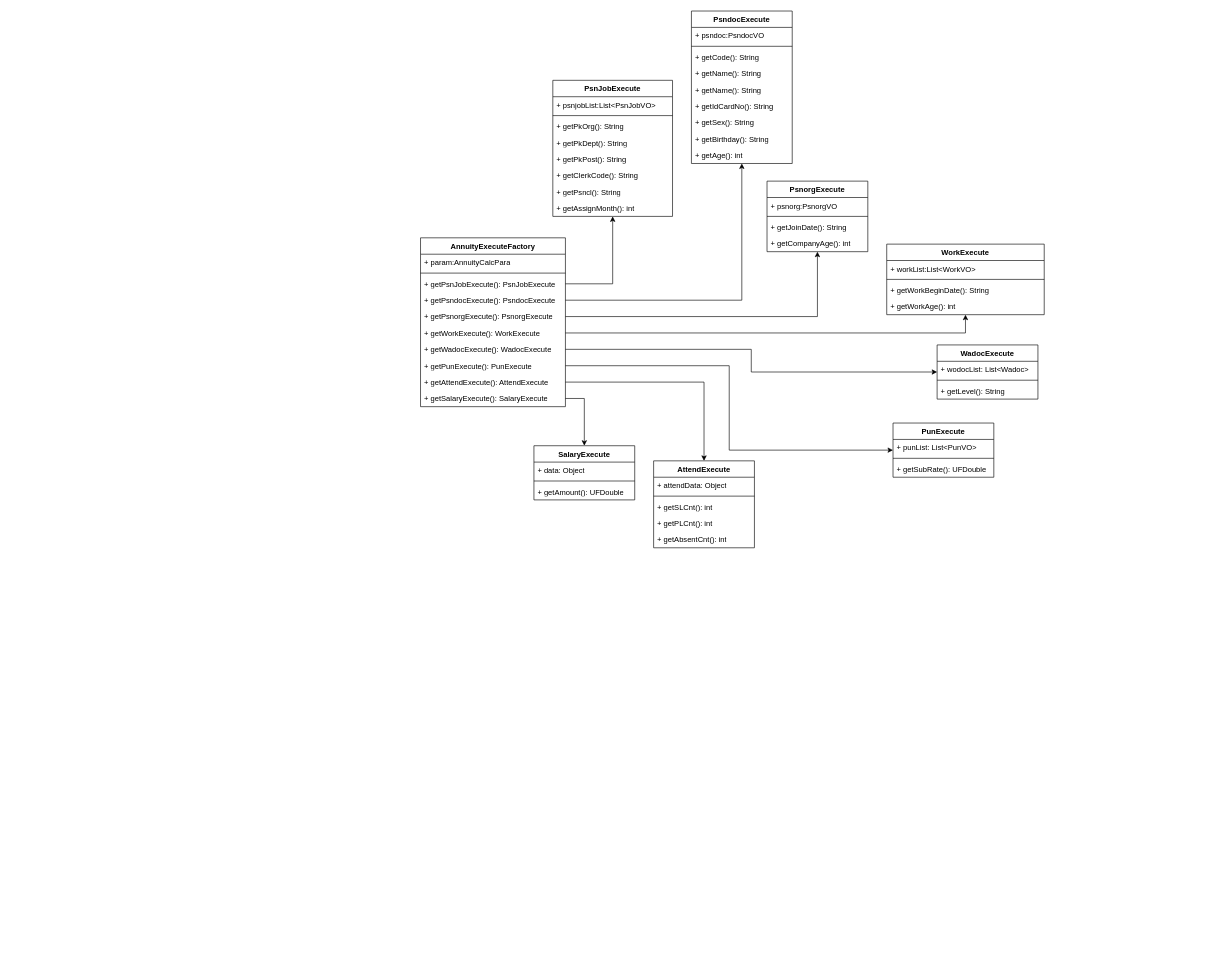
The draw.io diagram 年金分配.drawio in awinj/draw-fold, before the edit. Source tidied: cells renumbered, new cells numbered last; positions are measured from the earlier drawing's top-left corner, leaving out a move shared by most shapes. Both pictures are drawn from the tidied source at 63%, with x=0, y=0 at pixel (420, 11).
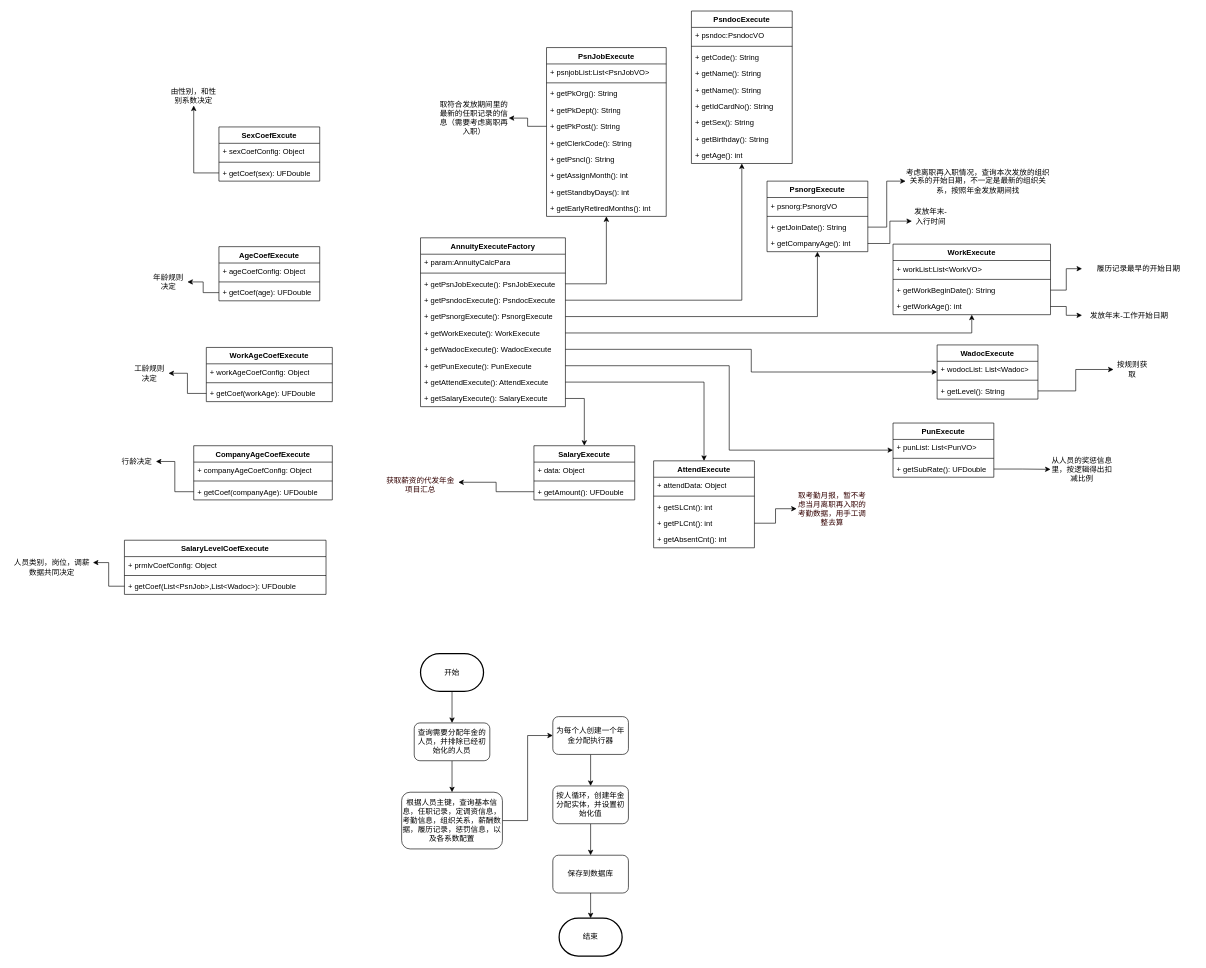
After the change.

Commit message:
更新年金分配.drawio

Unchanged cells that the change refers to:
```xml
<mxCell id="18" value="+ getPkPost(): String" style="text;strokeColor=none;fillColor=none;align=left;verticalAlign=top;spacingLeft=4;spacingRight=4;overflow=hidden;points=[[0,0.5],[1,0.5]];portConstraint=eastwest;whiteSpace=wrap;html=1;" parent="13" vertex="1">
  <mxGeometry y="112" width="190" height="26" as="geometry" />
</mxCell>
<mxCell id="35" value="+ getWorkBeginDate(): String" style="text;strokeColor=none;fillColor=none;align=left;verticalAlign=top;spacingLeft=4;spacingRight=4;overflow=hidden;points=[[0,0.5],[1,0.5]];portConstraint=eastwest;whiteSpace=wrap;html=1;" parent="32" vertex="1">
  <mxGeometry y="60" width="250" height="26" as="geometry" />
</mxCell>
<mxCell id="36" value="+ getWorkAge(): int" style="text;strokeColor=none;fillColor=none;align=left;verticalAlign=top;spacingLeft=4;spacingRight=4;overflow=hidden;points=[[0,0.5],[1,0.5]];portConstraint=eastwest;whiteSpace=wrap;html=1;" parent="32" vertex="1">
  <mxGeometry y="86" width="250" height="26" as="geometry" />
</mxCell>
<mxCell id="40" value="+ getJoinDate(): String" style="text;strokeColor=none;fillColor=none;align=left;verticalAlign=top;spacingLeft=4;spacingRight=4;overflow=hidden;points=[[0,0.5],[1,0.5]];portConstraint=eastwest;whiteSpace=wrap;html=1;" parent="37" vertex="1">
  <mxGeometry y="60" width="160" height="26" as="geometry" />
</mxCell>
<mxCell id="41" value="+ getCompanyAge(): int" style="text;strokeColor=none;fillColor=none;align=left;verticalAlign=top;spacingLeft=4;spacingRight=4;overflow=hidden;points=[[0,0.5],[1,0.5]];portConstraint=eastwest;whiteSpace=wrap;html=1;" parent="37" vertex="1">
  <mxGeometry y="86" width="160" height="26" as="geometry" />
</mxCell>
<mxCell id="45" value="+ getLevel(): String" style="text;strokeColor=none;fillColor=none;align=left;verticalAlign=top;spacingLeft=4;spacingRight=4;overflow=hidden;points=[[0,0.5],[1,0.5]];portConstraint=eastwest;whiteSpace=wrap;html=1;" parent="42" vertex="1">
  <mxGeometry y="60" width="160" height="26" as="geometry" />
</mxCell>
<mxCell id="49" value="+ getSubRate(): UFDouble" style="text;strokeColor=none;fillColor=none;align=left;verticalAlign=top;spacingLeft=4;spacingRight=4;overflow=hidden;points=[[0,0.5],[1,0.5]];portConstraint=eastwest;whiteSpace=wrap;html=1;" parent="46" vertex="1">
  <mxGeometry y="60" width="160" height="26" as="geometry" />
</mxCell>
<mxCell id="54" value="+ getPLCnt(): int" style="text;strokeColor=none;fillColor=none;align=left;verticalAlign=top;spacingLeft=4;spacingRight=4;overflow=hidden;points=[[0,0.5],[1,0.5]];portConstraint=eastwest;whiteSpace=wrap;html=1;" parent="50" vertex="1">
  <mxGeometry y="86" width="160" height="26" as="geometry" />
</mxCell>
<mxCell id="59" value="+ getAmount(): UFDouble" style="text;strokeColor=none;fillColor=none;align=left;verticalAlign=top;spacingLeft=4;spacingRight=4;overflow=hidden;points=[[0,0.5],[1,0.5]];portConstraint=eastwest;whiteSpace=wrap;html=1;" parent="56" vertex="1">
  <mxGeometry y="60" width="160" height="26" as="geometry" />
</mxCell>
```

What changed in the source:
```diff
@@
     <mxCell id="13" value="PsnJobExecute" style="swimlane;fontStyle=1;align=center;verticalAlign=top;horizontal=1;startSize=26;whiteSpace=wrap;html=1;" parent="1" vertex="1">
-      <mxGeometry x="210" y="110" width="190" height="216" as="geometry" />
+      <mxGeometry x="200" y="58" width="190" height="268" as="geometry" />
     </mxCell>
@@
+    <mxCell id="68" value="+ getStandbyDays(): int" style="text;strokeColor=none;fillColor=none;align=left;verticalAlign=top;spacingLeft=4;spacingRight=4;overflow=hidden;whiteSpace=wrap;html=1;" parent="13" vertex="1">
+      <mxGeometry y="216" width="190" height="26" as="geometry" />
+    </mxCell>
+    <mxCell id="69" value="+ getEarlyRetiredMonths(): int" style="text;strokeColor=none;fillColor=none;align=left;verticalAlign=top;spacingLeft=4;spacingRight=4;overflow=hidden;whiteSpace=wrap;html=1;" parent="13" vertex="1">
+      <mxGeometry y="242" width="190" height="26" as="geometry" />
+    </mxCell>
@@
     <mxCell id="32" value="WorkExecute" style="swimlane;fontStyle=1;align=center;verticalAlign=top;horizontal=1;startSize=26;whiteSpace=wrap;html=1;" parent="1" vertex="1">
-      <mxGeometry x="740" y="370" width="250" height="112" as="geometry" />
+      <mxGeometry x="750" y="370" width="250" height="112" as="geometry" />
     </mxCell>
@@
+    <mxCell id="70" style="edgeStyle=orthogonalEdgeStyle;rounded=0;jettySize=auto;html=1;exitX=0.5;exitY=1;exitDx=0;exitDy=0;exitPerimeter=0;entryX=0.5;entryY=0;entryDx=0;entryDy=0;" parent="1" edge="1" source="71" target="73">
+      <mxGeometry relative="1" as="geometry" />
+    </mxCell>
+    <mxCell id="71" value="开始" style="strokeWidth=2;html=1;shape=mxgraph.flowchart.terminator;whiteSpace=wrap;" parent="1" vertex="1">
+      <mxGeometry y="1020" width="100" height="60" as="geometry" />
+    </mxCell>
+    <mxCell id="72" style="edgeStyle=orthogonalEdgeStyle;rounded=0;jettySize=auto;html=1;exitX=0.5;exitY=1;exitDx=0;exitDy=0;" parent="1" edge="1" source="73" target="75">
+      <mxGeometry relative="1" as="geometry" />
+    </mxCell>
+    <mxCell id="73" value="查询需要分配年金的人员，并排除已经初始化的人员" style="rounded=1;whiteSpace=wrap;html=1;" parent="1" vertex="1">
+      <mxGeometry x="-10" y="1130" width="120" height="60" as="geometry" />
+    </mxCell>
+    <mxCell id="74" style="edgeStyle=orthogonalEdgeStyle;rounded=0;jettySize=auto;html=1;exitX=1;exitY=0.5;exitDx=0;exitDy=0;entryX=0;entryY=0.5;entryDx=0;entryDy=0;" parent="1" edge="1" source="75" target="95">
+      <mxGeometry relative="1" as="geometry" />
+    </mxCell>
+    <mxCell id="75" value="根据人员主键，查询基本信息，任职记录，定调资信息，考勤信息，组织关系，薪酬数据，履历记录，惩罚信息，以及各系数配置" style="rounded=1;whiteSpace=wrap;html=1;" parent="1" vertex="1">
+      <mxGeometry x="-30" y="1240" width="160" height="90" as="geometry" />
+    </mxCell>
+    <mxCell id="76" value="履历记录最早的开始日期" style="text;html=1;strokeColor=none;fillColor=none;align=center;verticalAlign=middle;whiteSpace=wrap;rounded=0;" parent="1" vertex="1">
+      <mxGeometry x="1050" y="399" width="180" height="20" as="geometry" />
+    </mxCell>
+    <mxCell id="77" style="edgeStyle=orthogonalEdgeStyle;rounded=0;jettySize=auto;html=1;exitX=1;exitY=0.5;exitDx=0;exitDy=0;entryX=0;entryY=0.5;entryDx=0;entryDy=0;" parent="1" edge="1" source="35" target="76">
+      <mxGeometry relative="1" as="geometry" />
+    </mxCell>
+    <mxCell id="78" value="发放年末-工作开始日期" style="text;html=1;strokeColor=none;fillColor=none;align=center;verticalAlign=middle;whiteSpace=wrap;rounded=0;" parent="1" vertex="1">
+      <mxGeometry x="1050" y="468" width="150" height="30" as="geometry" />
+    </mxCell>
+    <mxCell id="79" style="edgeStyle=orthogonalEdgeStyle;rounded=0;jettySize=auto;html=1;exitX=1;exitY=0.5;exitDx=0;exitDy=0;entryX=0;entryY=0.5;entryDx=0;entryDy=0;" parent="1" edge="1" source="36" target="78">
+      <mxGeometry relative="1" as="geometry" />
+    </mxCell>
+    <mxCell id="80" value="考虑离职再入职情况，查询本次发放的组织关系的开始日期，不一定是最新的组织关系，按照年金发放期间找" style="text;html=1;strokeColor=none;fillColor=none;align=center;verticalAlign=middle;whiteSpace=wrap;rounded=0;" parent="1" vertex="1">
+      <mxGeometry x="770" y="250" width="230" height="40" as="geometry" />
+    </mxCell>
+    <mxCell id="81" style="edgeStyle=orthogonalEdgeStyle;rounded=0;jettySize=auto;html=1;exitX=1;exitY=0.5;exitDx=0;exitDy=0;entryX=0;entryY=0.5;entryDx=0;entryDy=0;" parent="1" edge="1" source="40" target="80">
+      <mxGeometry relative="1" as="geometry" />
+    </mxCell>
+    <mxCell id="82" value="发放年末-入行时间" style="text;html=1;strokeColor=none;fillColor=none;align=center;verticalAlign=middle;whiteSpace=wrap;rounded=0;" parent="1" vertex="1">
+      <mxGeometry x="780" y="311" width="60" height="30" as="geometry" />
+    </mxCell>
+    <mxCell id="83" style="edgeStyle=orthogonalEdgeStyle;rounded=0;jettySize=auto;html=1;exitX=1;exitY=0.5;exitDx=0;exitDy=0;entryX=0;entryY=0.75;entryDx=0;entryDy=0;" parent="1" edge="1" source="41" target="82">
+      <mxGeometry relative="1" as="geometry" />
+    </mxCell>
+    <mxCell id="84" value="取符合发放期间里的最新的任职记录的信息（需要考虑离职再入职）" style="text;html=1;strokeColor=none;fillColor=none;align=center;verticalAlign=middle;whiteSpace=wrap;rounded=0;" parent="1" vertex="1">
+      <mxGeometry x="30" y="140" width="110" height="60" as="geometry" />
+    </mxCell>
+    <mxCell id="85" style="edgeStyle=orthogonalEdgeStyle;rounded=0;jettySize=auto;html=1;exitX=0;exitY=0.5;exitDx=0;exitDy=0;entryX=1;entryY=0.5;entryDx=0;entryDy=0;" parent="1" edge="1" source="18" target="84">
+      <mxGeometry relative="1" as="geometry" />
+    </mxCell>
+    <mxCell id="86" value="按规则获取" style="text;html=1;strokeColor=none;fillColor=none;align=center;verticalAlign=middle;whiteSpace=wrap;rounded=0;" parent="1" vertex="1">
+      <mxGeometry x="1100" y="554" width="60" height="30" as="geometry" />
+    </mxCell>
+    <mxCell id="87" style="edgeStyle=orthogonalEdgeStyle;rounded=0;jettySize=auto;html=1;exitX=1;exitY=0.5;exitDx=0;exitDy=0;entryX=0;entryY=0.5;entryDx=0;entryDy=0;" parent="1" edge="1" source="45" target="86">
+      <mxGeometry relative="1" as="geometry" />
+    </mxCell>
+    <mxCell id="88" value="从人员的奖惩信息里，按逻辑得出扣减比例" style="text;html=1;strokeColor=none;fillColor=none;align=center;verticalAlign=middle;whiteSpace=wrap;rounded=0;" parent="1" vertex="1">
+      <mxGeometry x="1000" y="695" width="100" height="65" as="geometry" />
+    </mxCell>
+    <mxCell id="89" style="edgeStyle=orthogonalEdgeStyle;rounded=0;jettySize=auto;html=1;exitX=1;exitY=0.5;exitDx=0;exitDy=0;entryX=0;entryY=0.5;entryDx=0;entryDy=0;" parent="1" edge="1" source="49" target="88">
+      <mxGeometry relative="1" as="geometry" />
+    </mxCell>
+    <mxCell id="90" value="&lt;font color=&quot;#330000&quot;&gt;获取薪资的代发年金项目汇总&lt;/font&gt;" style="text;html=1;strokeColor=none;fillColor=none;align=center;verticalAlign=middle;whiteSpace=wrap;rounded=0;" parent="1" vertex="1">
+      <mxGeometry x="-60" y="744" width="120" height="16" as="geometry" />
+    </mxCell>
+    <mxCell id="91" style="edgeStyle=orthogonalEdgeStyle;rounded=0;jettySize=auto;html=1;exitX=0;exitY=0.5;exitDx=0;exitDy=0;entryX=1;entryY=0.25;entryDx=0;entryDy=0;" parent="1" edge="1" source="59" target="90">
+      <mxGeometry relative="1" as="geometry" />
+    </mxCell>
+    <mxCell id="92" value="&lt;font color=&quot;#330000&quot;&gt;取考勤月报，暂不考虑当月离职再入职的考勤数据，用手工调整去算&lt;/font&gt;" style="text;html=1;strokeColor=none;fillColor=none;align=center;verticalAlign=middle;whiteSpace=wrap;rounded=0;" parent="1" vertex="1">
+      <mxGeometry x="597" y="750" width="113" height="80" as="geometry" />
+    </mxCell>
+    <mxCell id="93" style="edgeStyle=orthogonalEdgeStyle;rounded=0;jettySize=auto;html=1;exitX=1;exitY=0.5;exitDx=0;exitDy=0;entryX=0;entryY=0.5;entryDx=0;entryDy=0;" parent="1" edge="1" source="54" target="92">
+      <mxGeometry relative="1" as="geometry" />
+    </mxCell>
+    <mxCell id="94" style="edgeStyle=orthogonalEdgeStyle;rounded=0;jettySize=auto;html=1;exitX=0.5;exitY=1;exitDx=0;exitDy=0;entryX=0.5;entryY=0;entryDx=0;entryDy=0;" parent="1" edge="1" source="95" target="97">
+      <mxGeometry relative="1" as="geometry" />
+    </mxCell>
+    <mxCell id="95" value="为每个人创建一个年金分配执行器" style="rounded=1;whiteSpace=wrap;html=1;" parent="1" vertex="1">
+      <mxGeometry x="210" y="1120" width="120" height="60" as="geometry" />
+    </mxCell>
+    <mxCell id="96" style="edgeStyle=orthogonalEdgeStyle;rounded=0;jettySize=auto;html=1;exitX=0.5;exitY=1;exitDx=0;exitDy=0;entryX=0.5;entryY=0;entryDx=0;entryDy=0;" parent="1" edge="1" source="97" target="98">
+      <mxGeometry relative="1" as="geometry" />
+    </mxCell>
+    <mxCell id="97" value="按人循环，创建年金分配实体，并设置初始化值" style="rounded=1;whiteSpace=wrap;html=1;" parent="1" vertex="1">
+      <mxGeometry x="210" y="1230" width="120" height="60" as="geometry" />
+    </mxCell>
+    <mxCell id="98" value="保存到数据库" style="rounded=1;whiteSpace=wrap;html=1;" parent="1" vertex="1">
+      <mxGeometry x="210" y="1340" width="120" height="60" as="geometry" />
+    </mxCell>
+    <mxCell id="99" value="结束" style="strokeWidth=2;html=1;shape=mxgraph.flowchart.terminator;whiteSpace=wrap;" parent="1" vertex="1">
+      <mxGeometry x="220" y="1440" width="100" height="60" as="geometry" />
+    </mxCell>
+    <mxCell id="100" style="edgeStyle=orthogonalEdgeStyle;rounded=0;jettySize=auto;html=1;exitX=0.5;exitY=1;exitDx=0;exitDy=0;entryX=0.5;entryY=0;entryDx=0;entryDy=0;entryPerimeter=0;" parent="1" edge="1" source="98" target="99">
+      <mxGeometry relative="1" as="geometry" />
+    </mxCell>
+    <mxCell id="101" value="SexCoefExcute" style="swimlane;fontStyle=1;align=center;verticalAlign=top;horizontal=1;startSize=26;whiteSpace=wrap;html=1;" parent="1" vertex="1">
+      <mxGeometry x="-320" y="184" width="160" height="86" as="geometry" />
+    </mxCell>
+    <mxCell id="102" value="+ sexCoefConfig: Object" style="text;strokeColor=none;fillColor=none;align=left;verticalAlign=top;spacingLeft=4;spacingRight=4;overflow=hidden;whiteSpace=wrap;html=1;" parent="101" vertex="1">
+      <mxGeometry y="26" width="160" height="26" as="geometry" />
+    </mxCell>
+    <mxCell id="103" style="line;strokeWidth=1;fillColor=none;align=left;verticalAlign=middle;spacingTop=-1;spacingLeft=3;spacingRight=3;labelPosition=right;strokeColor=inherit;" parent="101" vertex="1">
+      <mxGeometry y="52" width="160" height="8" as="geometry" />
+    </mxCell>
+    <mxCell id="104" value="+ getCoef(sex): UFDouble" style="text;strokeColor=none;fillColor=none;align=left;verticalAlign=top;spacingLeft=4;spacingRight=4;overflow=hidden;points=[[0,0.5],[1,0.5]];portConstraint=eastwest;whiteSpace=wrap;html=1;" parent="101" vertex="1">
+      <mxGeometry y="60" width="160" height="26" as="geometry" />
+    </mxCell>
+    <mxCell id="105" value="由性别，和性别系数决定" style="text;html=1;strokeColor=none;fillColor=none;align=center;verticalAlign=middle;whiteSpace=wrap;rounded=0;" parent="1" vertex="1">
+      <mxGeometry x="-400" y="120" width="80" height="30" as="geometry" />
+    </mxCell>
+    <mxCell id="106" style="edgeStyle=orthogonalEdgeStyle;rounded=0;jettySize=auto;html=1;exitX=0;exitY=0.5;exitDx=0;exitDy=0;entryX=0.5;entryY=1;entryDx=0;entryDy=0;" parent="1" edge="1" source="104" target="105">
+      <mxGeometry relative="1" as="geometry" />
+    </mxCell>
+    <mxCell id="107" value="AgeCoefExecute" style="swimlane;fontStyle=1;align=center;verticalAlign=top;horizontal=1;startSize=26;whiteSpace=wrap;html=1;" parent="1" vertex="1">
+      <mxGeometry x="-320" y="374" width="160" height="86" as="geometry" />
+    </mxCell>
+    <mxCell id="108" value="+ ageCoefConfig: Object" style="text;strokeColor=none;fillColor=none;align=left;verticalAlign=top;spacingLeft=4;spacingRight=4;overflow=hidden;whiteSpace=wrap;html=1;" parent="107" vertex="1">
+      <mxGeometry y="26" width="160" height="26" as="geometry" />
+    </mxCell>
+    <mxCell id="109" style="line;strokeWidth=1;fillColor=none;align=left;verticalAlign=middle;spacingTop=-1;spacingLeft=3;spacingRight=3;labelPosition=right;strokeColor=inherit;" parent="107" vertex="1">
+      <mxGeometry y="52" width="160" height="8" as="geometry" />
+    </mxCell>
+    <mxCell id="110" value="+ getCoef(age): UFDouble" style="text;strokeColor=none;fillColor=none;align=left;verticalAlign=top;spacingLeft=4;spacingRight=4;overflow=hidden;points=[[0,0.5],[1,0.5]];portConstraint=eastwest;whiteSpace=wrap;html=1;" parent="107" vertex="1">
+      <mxGeometry y="60" width="160" height="26" as="geometry" />
+    </mxCell>
+    <mxCell id="111" value="年龄规则决定" style="text;html=1;strokeColor=none;fillColor=none;align=center;verticalAlign=middle;whiteSpace=wrap;rounded=0;" parent="1" vertex="1">
+      <mxGeometry x="-430" y="415" width="60" height="30" as="geometry" />
+    </mxCell>
+    <mxCell id="112" style="edgeStyle=orthogonalEdgeStyle;rounded=0;jettySize=auto;html=1;exitX=0;exitY=0.5;exitDx=0;exitDy=0;entryX=1;entryY=0.5;entryDx=0;entryDy=0;" parent="1" edge="1" source="110" target="111">
+      <mxGeometry relative="1" as="geometry" />
+    </mxCell>
+    <mxCell id="113" value="WorkAgeCoefExecute" style="swimlane;fontStyle=1;align=center;verticalAlign=top;horizontal=1;startSize=26;whiteSpace=wrap;html=1;" parent="1" vertex="1">
+      <mxGeometry x="-340" y="534" width="200" height="86" as="geometry" />
+    </mxCell>
+    <mxCell id="114" value="+ workAgeCoefConfig: Object" style="text;strokeColor=none;fillColor=none;align=left;verticalAlign=top;spacingLeft=4;spacingRight=4;overflow=hidden;whiteSpace=wrap;html=1;" parent="113" vertex="1">
+      <mxGeometry y="26" width="200" height="26" as="geometry" />
+    </mxCell>
+    <mxCell id="115" style="line;strokeWidth=1;fillColor=none;align=left;verticalAlign=middle;spacingTop=-1;spacingLeft=3;spacingRight=3;labelPosition=right;strokeColor=inherit;" parent="113" vertex="1">
+      <mxGeometry y="52" width="200" height="8" as="geometry" />
+    </mxCell>
+    <mxCell id="116" value="+ getCoef(workAge): UFDouble" style="text;strokeColor=none;fillColor=none;align=left;verticalAlign=top;spacingLeft=4;spacingRight=4;overflow=hidden;points=[[0,0.5],[1,0.5]];portConstraint=eastwest;whiteSpace=wrap;html=1;" parent="113" vertex="1">
+      <mxGeometry y="60" width="200" height="26" as="geometry" />
+    </mxCell>
+    <mxCell id="117" value="工龄规则决定" style="text;html=1;strokeColor=none;fillColor=none;align=center;verticalAlign=middle;whiteSpace=wrap;rounded=0;" parent="1" vertex="1">
+      <mxGeometry x="-460" y="560" width="60" height="30" as="geometry" />
+    </mxCell>
+    <mxCell id="118" style="edgeStyle=orthogonalEdgeStyle;rounded=0;jettySize=auto;html=1;exitX=0;exitY=0.5;exitDx=0;exitDy=0;entryX=1;entryY=0.5;entryDx=0;entryDy=0;" parent="1" edge="1" source="116" target="117">
+      <mxGeometry relative="1" as="geometry" />
+    </mxCell>
+    <mxCell id="119" value="CompanyAgeCoefExecute" style="swimlane;fontStyle=1;align=center;verticalAlign=top;horizontal=1;startSize=26;whiteSpace=wrap;html=1;" parent="1" vertex="1">
+      <mxGeometry x="-360" y="690" width="220" height="86" as="geometry" />
+    </mxCell>
+    <mxCell id="120" value="+ companyAgeCoefConfig: Object" style="text;strokeColor=none;fillColor=none;align=left;verticalAlign=top;spacingLeft=4;spacingRight=4;overflow=hidden;whiteSpace=wrap;html=1;" parent="119" vertex="1">
+      <mxGeometry y="26" width="220" height="26" as="geometry" />
+    </mxCell>
+    <mxCell id="121" style="line;strokeWidth=1;fillColor=none;align=left;verticalAlign=middle;spacingTop=-1;spacingLeft=3;spacingRight=3;labelPosition=right;strokeColor=inherit;" parent="119" vertex="1">
+      <mxGeometry y="52" width="220" height="8" as="geometry" />
+    </mxCell>
+    <mxCell id="122" value="+ getCoef(companyAge): UFDouble" style="text;strokeColor=none;fillColor=none;align=left;verticalAlign=top;spacingLeft=4;spacingRight=4;overflow=hidden;points=[[0,0.5],[1,0.5]];portConstraint=eastwest;whiteSpace=wrap;html=1;" parent="119" vertex="1">
+      <mxGeometry y="60" width="220" height="26" as="geometry" />
+    </mxCell>
+    <mxCell id="123" value="行龄决定" style="text;html=1;strokeColor=none;fillColor=none;align=center;verticalAlign=middle;whiteSpace=wrap;rounded=0;" parent="1" vertex="1">
+      <mxGeometry x="-480" y="700" width="60" height="30" as="geometry" />
+    </mxCell>
+    <mxCell id="124" style="edgeStyle=orthogonalEdgeStyle;rounded=0;jettySize=auto;html=1;exitX=0;exitY=0.5;exitDx=0;exitDy=0;entryX=1;entryY=0.5;entryDx=0;entryDy=0;" parent="1" edge="1" source="122" target="123">
+      <mxGeometry relative="1" as="geometry" />
+    </mxCell>
+    <mxCell id="125" value="SalaryLevelCoefExecute" style="swimlane;fontStyle=1;align=center;verticalAlign=top;horizontal=1;startSize=26;whiteSpace=wrap;html=1;" parent="1" vertex="1">
+      <mxGeometry x="-470" y="840" width="320" height="86" as="geometry" />
+    </mxCell>
+    <mxCell id="126" value="+ prmlvCoefConfig: Object" style="text;strokeColor=none;fillColor=none;align=left;verticalAlign=top;spacingLeft=4;spacingRight=4;overflow=hidden;whiteSpace=wrap;html=1;" parent="125" vertex="1">
+      <mxGeometry y="26" width="320" height="26" as="geometry" />
+    </mxCell>
+    <mxCell id="127" style="line;strokeWidth=1;fillColor=none;align=left;verticalAlign=middle;spacingTop=-1;spacingLeft=3;spacingRight=3;labelPosition=right;strokeColor=inherit;" parent="125" vertex="1">
+      <mxGeometry y="52" width="320" height="8" as="geometry" />
+    </mxCell>
+    <mxCell id="128" value="+ getCoef(List&amp;lt;PsnJob&amp;gt;,List&amp;lt;Wadoc&amp;gt;): UFDouble" style="text;strokeColor=none;fillColor=none;align=left;verticalAlign=top;spacingLeft=4;spacingRight=4;overflow=hidden;points=[[0,0.5],[1,0.5]];portConstraint=eastwest;whiteSpace=wrap;html=1;" parent="125" vertex="1">
+      <mxGeometry y="60" width="320" height="26" as="geometry" />
+    </mxCell>
+    <mxCell id="129" value="人员类别，岗位，调薪数据共同决定" style="text;html=1;strokeColor=none;fillColor=none;align=center;verticalAlign=middle;whiteSpace=wrap;rounded=0;" parent="1" vertex="1">
+      <mxGeometry x="-650" y="868" width="130" height="30" as="geometry" />
+    </mxCell>
+    <mxCell id="130" style="edgeStyle=orthogonalEdgeStyle;rounded=0;jettySize=auto;html=1;exitX=0;exitY=0.5;exitDx=0;exitDy=0;entryX=1;entryY=0.25;entryDx=0;entryDy=0;" parent="1" edge="1" source="128" target="129">
+      <mxGeometry relative="1" as="geometry" />
+    </mxCell>
```
